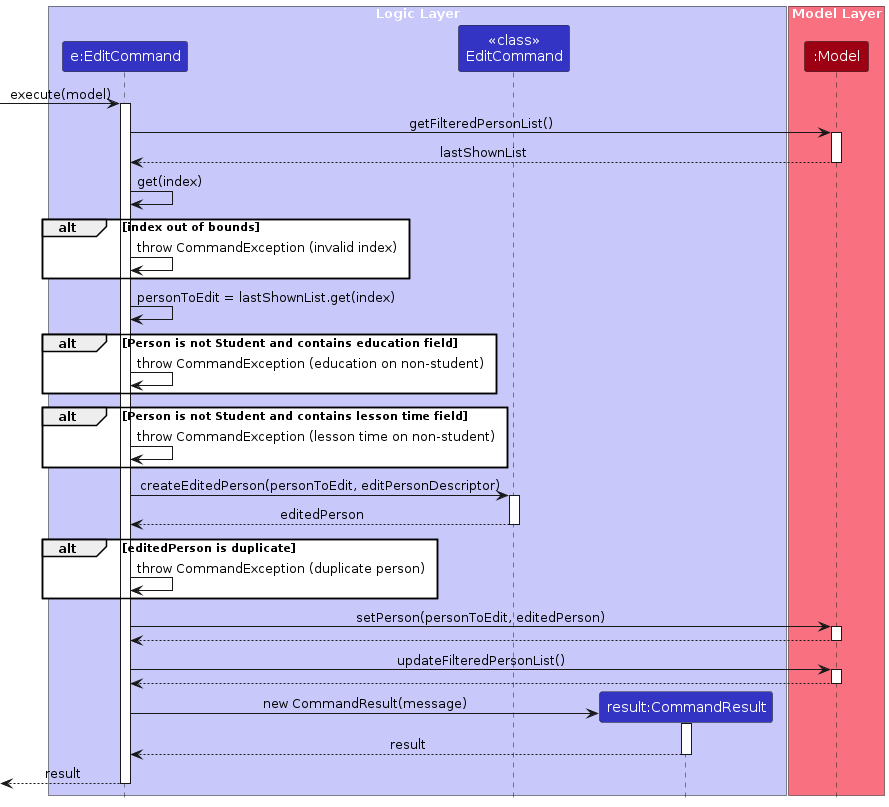
Before: diagrams/EditExecuteSequenceDiagram.png, a diagram exported from PlantUML (AY2425-CS2103T-T09-4/tp). Its source is kept beside it as diagrams/EditExecuteSequenceDiagram.puml.
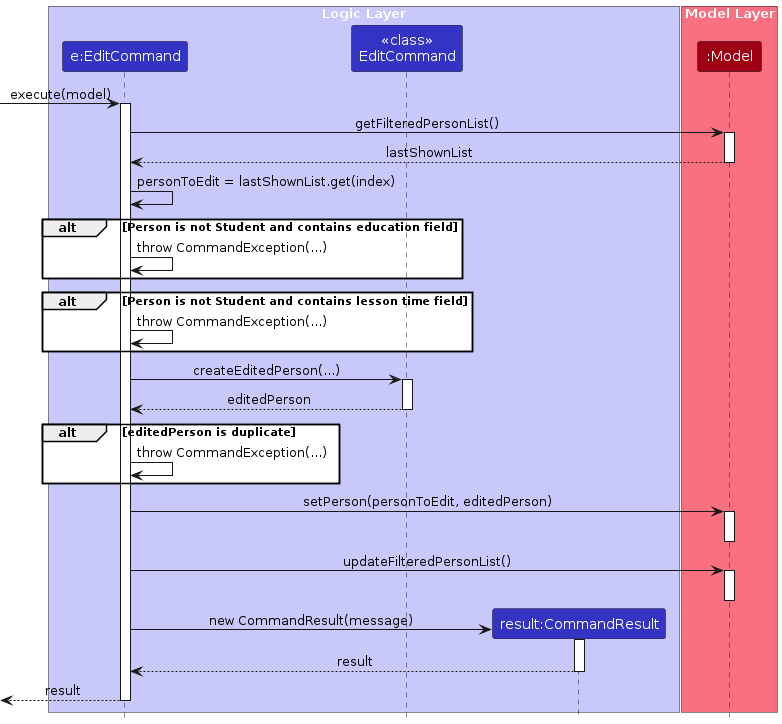
After the commit.

Change to the diagram source:
```diff
@@ -20,38 +20,31 @@
 Model --> EditCommand : lastShownList
 deactivate Model
 
-EditCommand -> EditCommand : get(index)
-alt index out of bounds
-    EditCommand -> EditCommand : throw CommandException (invalid index)
-end
-
 EditCommand -> EditCommand : personToEdit = lastShownList.get(index)
 
 alt Person is not Student and contains education field
-    EditCommand -> EditCommand : throw CommandException (education on non-student)
+    EditCommand -> EditCommand : throw CommandException(...)
 end
 
 alt Person is not Student and contains lesson time field
-    EditCommand -> EditCommand : throw CommandException (lesson time on non-student)
+    EditCommand -> EditCommand : throw CommandException(...)
 end
 
-EditCommand -> EditCommandClass : createEditedPerson(personToEdit, editPersonDescriptor)
+EditCommand -> EditCommandClass : createEditedPerson(...)
 activate EditCommandClass
 EditCommandClass --> EditCommand : editedPerson
 deactivate EditCommandClass
 
 alt editedPerson is duplicate
-    EditCommand -> EditCommand : throw CommandException (duplicate person)
+    EditCommand -> EditCommand : throw CommandException(...)
 end
 
 EditCommand -> Model : setPerson(personToEdit, editedPerson)
 activate Model
-Model --> EditCommand
 deactivate Model
 
 EditCommand -> Model : updateFilteredPersonList()
 activate Model
-Model --> EditCommand
 deactivate Model
 
 create CommandResult
```
